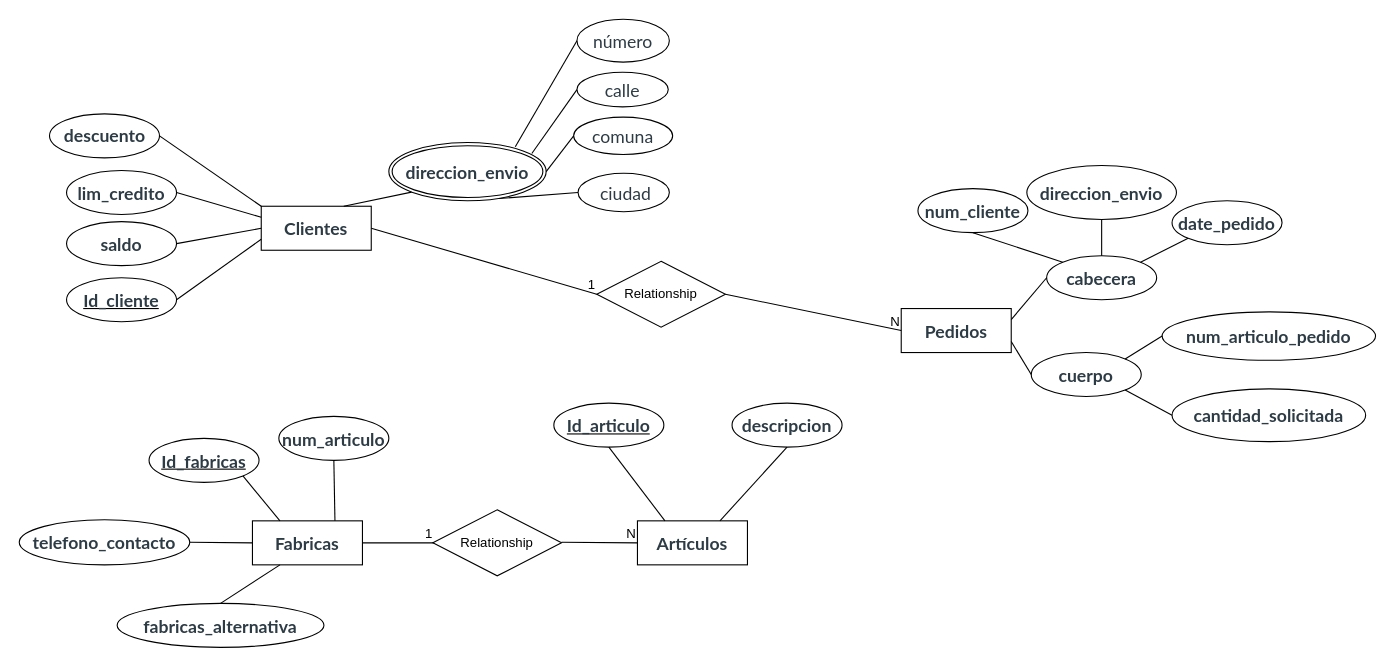
ByronCOR/ESTRUDATOS keeps this draw.io diagram as so8.drawio. Above is the earlier version. Source tidied: cells renumbered, new cells numbered last; positions are measured from the earlier drawing's top-left corner, leaving out a move shared by most shapes. Both pictures are drawn from the tidied source at 110%, with x=0, y=0 at pixel (19, 19).
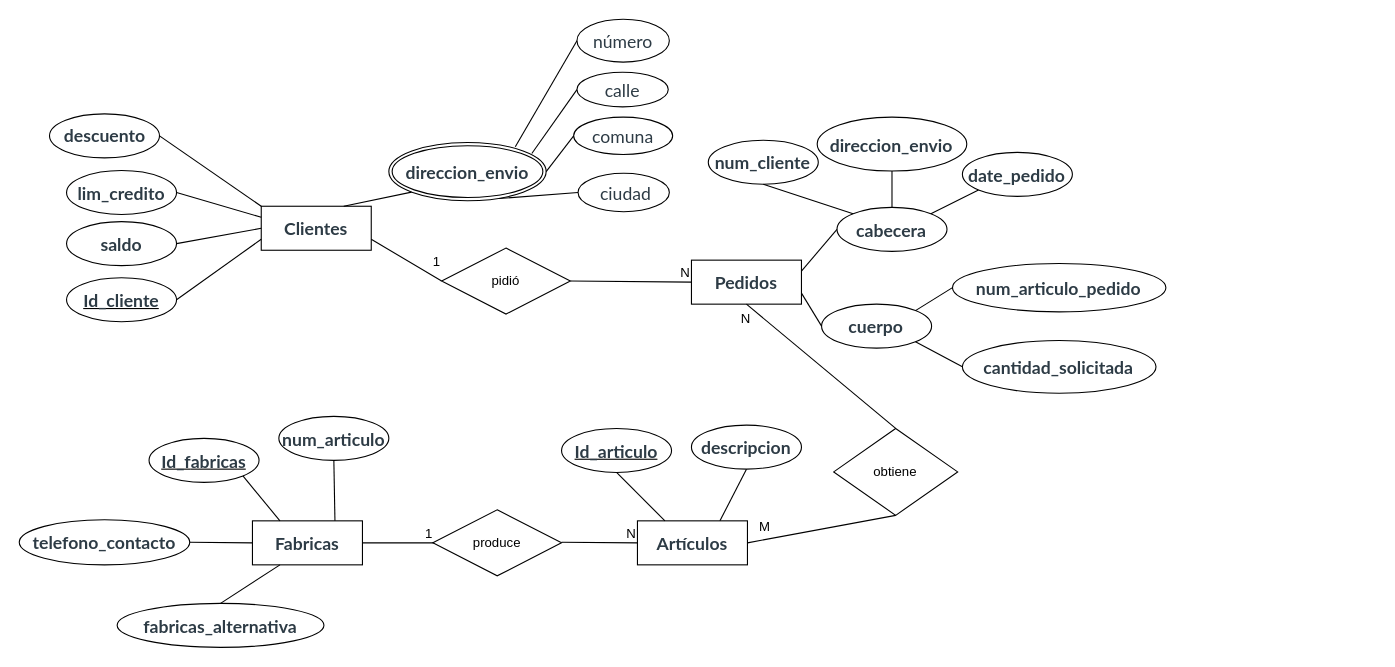
The same diagram, later.

Unchanged cells that the change refers to:
```xml
<mxCell id="2" value="&lt;strong style=&quot;color: rgb(45, 59, 69); font-family: LatoWeb, &amp;quot;Lato Extended&amp;quot;, Lato, &amp;quot;Helvetica Neue&amp;quot;, Helvetica, Arial, sans-serif; font-size: 16px; text-align: left;&quot;&gt;Clientes&lt;/strong&gt;" style="whiteSpace=wrap;html=1;align=center;" parent="1" vertex="1">
  <mxGeometry x="220" y="170" width="100" height="40" as="geometry" />
</mxCell>
<mxCell id="7" value="&lt;strong style=&quot;color: rgb(45, 59, 69); font-family: LatoWeb, &amp;quot;Lato Extended&amp;quot;, Lato, &amp;quot;Helvetica Neue&amp;quot;, Helvetica, Arial, sans-serif; font-size: 16px; text-align: left;&quot;&gt;Artículos&lt;/strong&gt;" style="whiteSpace=wrap;html=1;align=center;" parent="1" vertex="1">
  <mxGeometry x="562" y="456" width="100" height="40" as="geometry" />
</mxCell>
```

The edit, as a diff of the source:
```diff
@@
     <mxCell id="8" value="&lt;strong style=&quot;color: rgb(45, 59, 69); font-family: LatoWeb, &amp;quot;Lato Extended&amp;quot;, Lato, &amp;quot;Helvetica Neue&amp;quot;, Helvetica, Arial, sans-serif; font-size: 16px; text-align: left;&quot;&gt;Id_articulo&lt;/strong&gt;" style="ellipse;whiteSpace=wrap;html=1;align=center;fontStyle=4;" parent="1" vertex="1">
-      <mxGeometry x="486" y="349" width="100" height="40" as="geometry" />
+      <mxGeometry x="493" y="372" width="100" height="40" as="geometry" />
     </mxCell>
@@
-    <mxCell id="11" value="Relationship" style="shape=rhombus;perimeter=rhombusPerimeter;whiteSpace=wrap;html=1;align=center;" parent="1" vertex="1">
+    <mxCell id="11" value="produce" style="shape=rhombus;perimeter=rhombusPerimeter;whiteSpace=wrap;html=1;align=center;" parent="1" vertex="1">
       <mxGeometry x="376" y="446" width="117" height="60" as="geometry" />
     </mxCell>
     <mxCell id="12" value="&lt;strong style=&quot;color: rgb(45, 59, 69); font-family: LatoWeb, &amp;quot;Lato Extended&amp;quot;, Lato, &amp;quot;Helvetica Neue&amp;quot;, Helvetica, Arial, sans-serif; font-size: 16px; text-align: left;&quot;&gt;descripcion&lt;/strong&gt;" style="ellipse;whiteSpace=wrap;html=1;align=center;" parent="1" vertex="1">
-      <mxGeometry x="648" y="349" width="100" height="40" as="geometry" />
+      <mxGeometry x="611.1" y="369" width="100" height="40" as="geometry" />
     </mxCell>
     <mxCell id="13" value="&lt;strong style=&quot;color: rgb(45, 59, 69); font-family: LatoWeb, &amp;quot;Lato Extended&amp;quot;, Lato, &amp;quot;Helvetica Neue&amp;quot;, Helvetica, Arial, sans-serif; font-size: 16px; text-align: left;&quot;&gt;Pedidos&lt;/strong&gt;" style="whiteSpace=wrap;html=1;align=center;" parent="1" vertex="1">
-      <mxGeometry x="801.8" y="263" width="100" height="40" as="geometry" />
+      <mxGeometry x="611.1" y="219" width="100" height="40" as="geometry" />
     </mxCell>
@@
     <mxCell id="15" value="&lt;div style=&quot;text-align: left;&quot;&gt;&lt;font face=&quot;LatoWeb, Lato Extended, Lato, Helvetica Neue, Helvetica, Arial, sans-serif&quot; color=&quot;#2d3b45&quot;&gt;&lt;span style=&quot;font-size: 16px;&quot;&gt;&lt;b&gt;cabecera&lt;/b&gt;&lt;/span&gt;&lt;/font&gt;&lt;/div&gt;" style="ellipse;whiteSpace=wrap;html=1;align=center;" parent="1" vertex="1">
-      <mxGeometry x="934" y="215" width="100" height="40" as="geometry" />
+      <mxGeometry x="743.4" y="171" width="100" height="40" as="geometry" />
     </mxCell>
     <mxCell id="16" value="&lt;div style=&quot;text-align: left;&quot;&gt;&lt;strong style=&quot;color: rgb(45, 59, 69); font-family: LatoWeb, &amp;quot;Lato Extended&amp;quot;, Lato, &amp;quot;Helvetica Neue&amp;quot;, Helvetica, Arial, sans-serif; font-size: 16px;&quot;&gt;cuerpo&lt;/strong&gt;&lt;br&gt;&lt;/div&gt;" style="ellipse;whiteSpace=wrap;html=1;align=center;" parent="1" vertex="1">
-      <mxGeometry x="920" y="303" width="100" height="40" as="geometry" />
+      <mxGeometry x="729.4" y="259" width="100" height="40" as="geometry" />
     </mxCell>
@@
     <mxCell id="22" value="&lt;div style=&quot;text-align: left;&quot;&gt;&lt;font face=&quot;LatoWeb, Lato Extended, Lato, Helvetica Neue, Helvetica, Arial, sans-serif&quot; color=&quot;#2d3b45&quot;&gt;&lt;span style=&quot;font-size: 16px;&quot;&gt;&lt;b&gt;num_cliente&lt;/b&gt;&lt;/span&gt;&lt;/font&gt;&lt;/div&gt;" style="ellipse;whiteSpace=wrap;html=1;align=center;" parent="1" vertex="1">
-      <mxGeometry x="817" y="154" width="100" height="40" as="geometry" />
+      <mxGeometry x="626.4" y="110" width="100" height="40" as="geometry" />
     </mxCell>
     <mxCell id="23" value="&lt;div style=&quot;text-align: left;&quot;&gt;&lt;font face=&quot;LatoWeb, Lato Extended, Lato, Helvetica Neue, Helvetica, Arial, sans-serif&quot; color=&quot;#2d3b45&quot;&gt;&lt;span style=&quot;font-size: 16px;&quot;&gt;&lt;b&gt;date_pedido&lt;/b&gt;&lt;/span&gt;&lt;/font&gt;&lt;/div&gt;" style="ellipse;whiteSpace=wrap;html=1;align=center;" parent="1" vertex="1">
-      <mxGeometry x="1048" y="165" width="100" height="40" as="geometry" />
+      <mxGeometry x="857.4" y="121" width="100" height="40" as="geometry" />
     </mxCell>
     <mxCell id="24" value="&lt;div style=&quot;text-align: left;&quot;&gt;&lt;font face=&quot;LatoWeb, Lato Extended, Lato, Helvetica Neue, Helvetica, Arial, sans-serif&quot; color=&quot;#2d3b45&quot;&gt;&lt;span style=&quot;font-size: 16px;&quot;&gt;&lt;b&gt;num_articulo_pedido&lt;/b&gt;&lt;/span&gt;&lt;/font&gt;&lt;/div&gt;" style="ellipse;whiteSpace=wrap;html=1;align=center;" parent="1" vertex="1">
-      <mxGeometry x="1039" y="266" width="194" height="44" as="geometry" />
+      <mxGeometry x="848.4" y="222" width="194" height="44" as="geometry" />
     </mxCell>
     <mxCell id="25" value="&lt;div style=&quot;text-align: left;&quot;&gt;&lt;font face=&quot;LatoWeb, Lato Extended, Lato, Helvetica Neue, Helvetica, Arial, sans-serif&quot; color=&quot;#2d3b45&quot;&gt;&lt;span style=&quot;font-size: 16px;&quot;&gt;&lt;b&gt;cantidad_solicitada&lt;/b&gt;&lt;/span&gt;&lt;/font&gt;&lt;/div&gt;" style="ellipse;whiteSpace=wrap;html=1;align=center;" parent="1" vertex="1">
-      <mxGeometry x="1048" y="336" width="176" height="48" as="geometry" />
+      <mxGeometry x="857.4" y="292" width="176" height="48" as="geometry" />
     </mxCell>
@@
     <mxCell id="28" value="&lt;strong style=&quot;color: rgb(45, 59, 69); font-family: LatoWeb, &amp;quot;Lato Extended&amp;quot;, Lato, &amp;quot;Helvetica Neue&amp;quot;, Helvetica, Arial, sans-serif; font-size: 16px; text-align: left;&quot;&gt;direccion_envio&lt;/strong&gt;" style="ellipse;whiteSpace=wrap;html=1;align=center;" parent="1" vertex="1">
-      <mxGeometry x="916" y="133" width="136" height="49" as="geometry" />
+      <mxGeometry x="725.4" y="89" width="136" height="49" as="geometry" />
     </mxCell>
@@
-    <mxCell id="55" value="Relationship" style="shape=rhombus;perimeter=rhombusPerimeter;whiteSpace=wrap;html=1;align=center;" parent="1" vertex="1">
-      <mxGeometry x="525" y="220" width="117" height="60" as="geometry" />
+    <mxCell id="55" value="pidió" style="shape=rhombus;perimeter=rhombusPerimeter;whiteSpace=wrap;html=1;align=center;" parent="1" vertex="1">
+      <mxGeometry x="384" y="208" width="117" height="60" as="geometry" />
     </mxCell>
-    <mxCell id="56" style="endArrow=none;html=1;rounded=0;exitX=1;exitY=0.5;exitDx=0;exitDy=0;entryX=0;entryY=0.5;entryDx=0;entryDy=0;" parent="1" edge="1" source="2" target="55">
+    <mxCell id="56" style="endArrow=none;html=1;rounded=0;exitX=1;exitY=0.75;exitDx=0;exitDy=0;entryX=0;entryY=0.5;entryDx=0;entryDy=0;" parent="1" edge="1" source="2" target="55">
       <mxGeometry relative="1" as="geometry" />
     </mxCell>
     <mxCell id="57" value="1" style="html=1;whiteSpace=wrap;align=right;verticalAlign=bottom;" parent="56" vertex="1">
-      <mxGeometry x="1" relative="1" as="geometry" />
+      <mxGeometry x="1" relative="1" as="geometry">
+        <mxPoint y="-9" as="offset" />
+      </mxGeometry>
     </mxCell>
@@
+    <mxCell id="60" value="obtiene" style="shape=rhombus;perimeter=rhombusPerimeter;whiteSpace=wrap;html=1;align=center;" parent="1" vertex="1">
+      <mxGeometry x="740.4" y="372" width="112.7" height="79" as="geometry" />
+    </mxCell>
+    <mxCell id="61" style="endArrow=none;html=1;rounded=0;entryX=0.5;entryY=1;entryDx=0;entryDy=0;exitX=0.5;exitY=0;exitDx=0;exitDy=0;" parent="1" edge="1" source="60" target="13">
+      <mxGeometry relative="1" as="geometry" />
+    </mxCell>
+    <mxCell id="62" value="M" style="html=1;whiteSpace=wrap;align=left;verticalAlign=bottom;" parent="61" vertex="1">
+      <mxGeometry x="-1" relative="1" as="geometry">
+        <mxPoint x="-126" y="98" as="offset" />
+      </mxGeometry>
+    </mxCell>
+    <mxCell id="63" value="N" style="html=1;whiteSpace=wrap;align=right;verticalAlign=bottom;" parent="61" vertex="1">
+      <mxGeometry x="1" relative="1" as="geometry">
+        <mxPoint x="5" y="22" as="offset" />
+      </mxGeometry>
+    </mxCell>
+    <mxCell id="64" style="endArrow=none;html=1;rounded=0;exitX=0.5;exitY=1;exitDx=0;exitDy=0;entryX=1;entryY=0.5;entryDx=0;entryDy=0;" parent="1" edge="1" source="60" target="7">
+      <mxGeometry relative="1" as="geometry" />
+    </mxCell>
```
